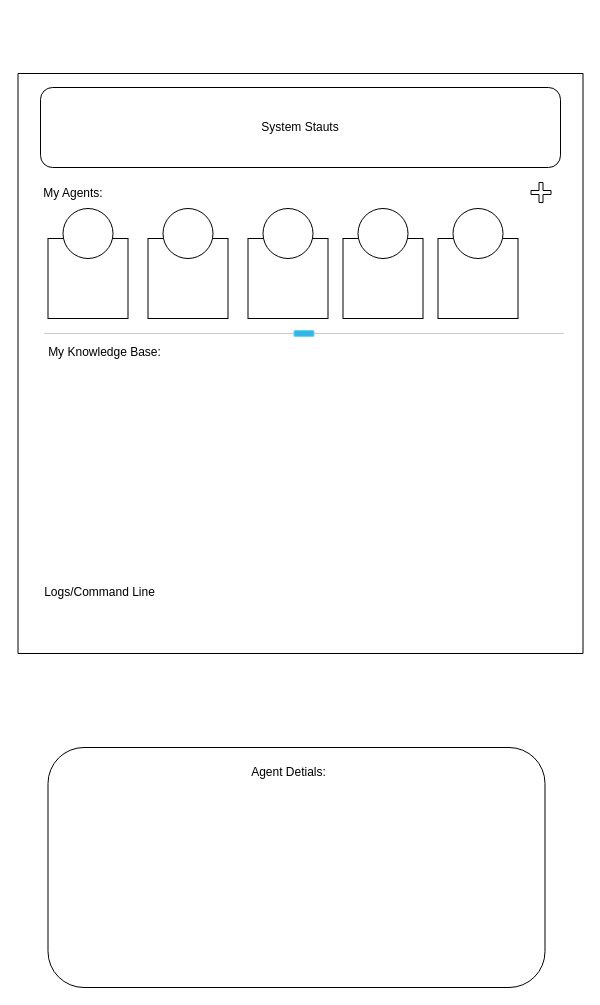
fiatrete/OpenDAN-Personal-AI-OS keeps this draw.io diagram as page "MainPage" (3 of 8) of doc/webui.drawio. Above is the earlier version. Source tidied: cells renumbered, new cells numbered last; positions are measured from the earlier drawing's top-left corner, leaving out a move shared by most shapes. Both pictures are drawn from the tidied source at 100%, with x=0, y=0 at pixel (18, 73).
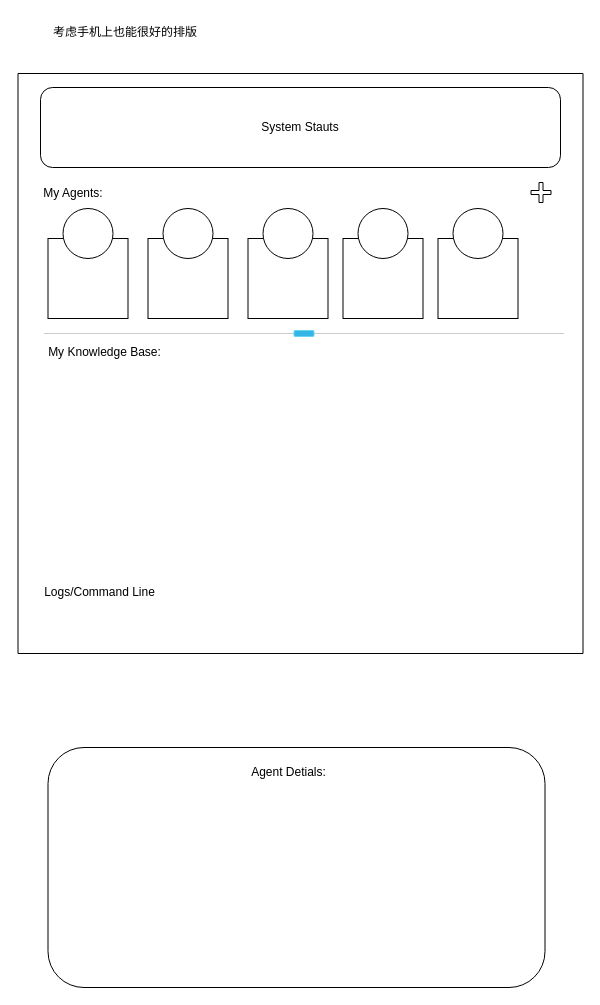
Above is the later version.

The edit, as a diff of the source:
```diff
@@
+    <mxCell id="21" value="考虑手机上也能很好的排版" style="text;html=1;strokeColor=none;fillColor=none;align=center;verticalAlign=middle;whiteSpace=wrap;rounded=0;" parent="1" vertex="1">
+      <mxGeometry x="22" y="-56" width="170" height="30" as="geometry" />
+    </mxCell>
```
